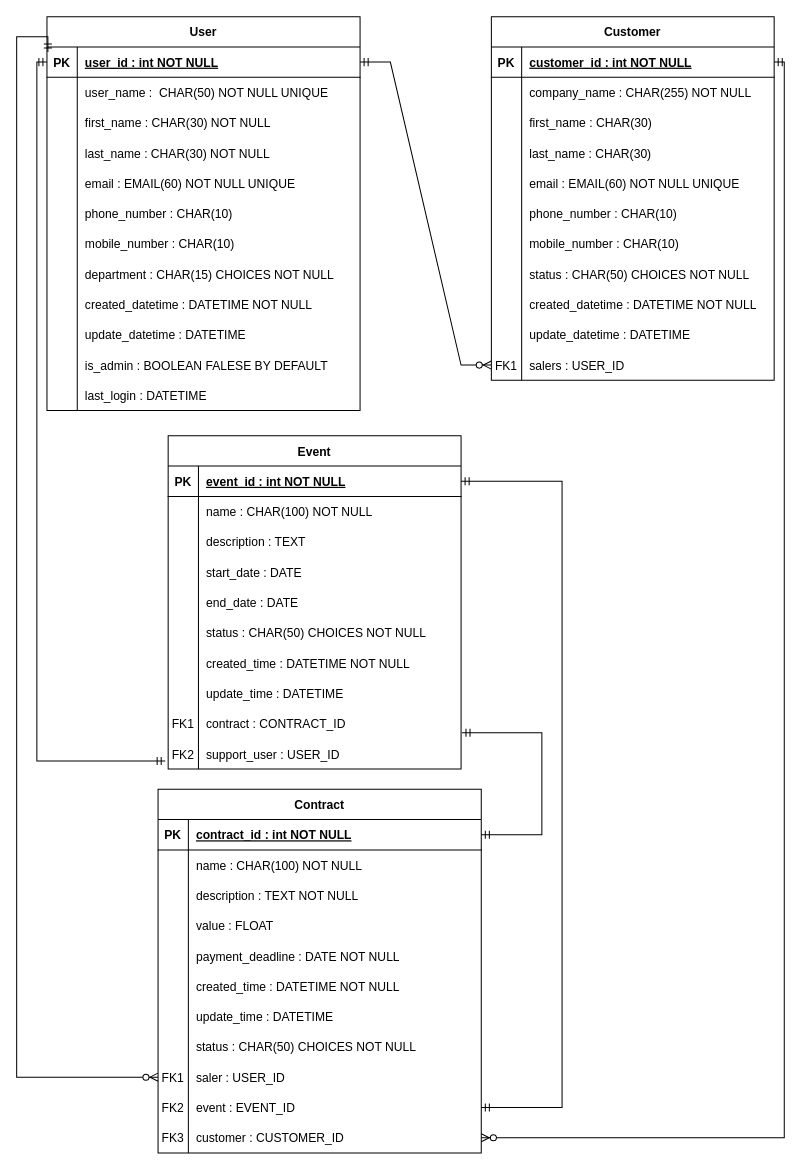
This is mld.drawio from seah78/P12, a draw.io file, before an edit. Source tidied: cells renumbered, new cells numbered last; positions are measured from the earlier drawing's top-left corner, leaving out a move shared by most shapes. Both pictures are drawn from the tidied source at 101%, with x=0, y=0 at pixel (16, 16).
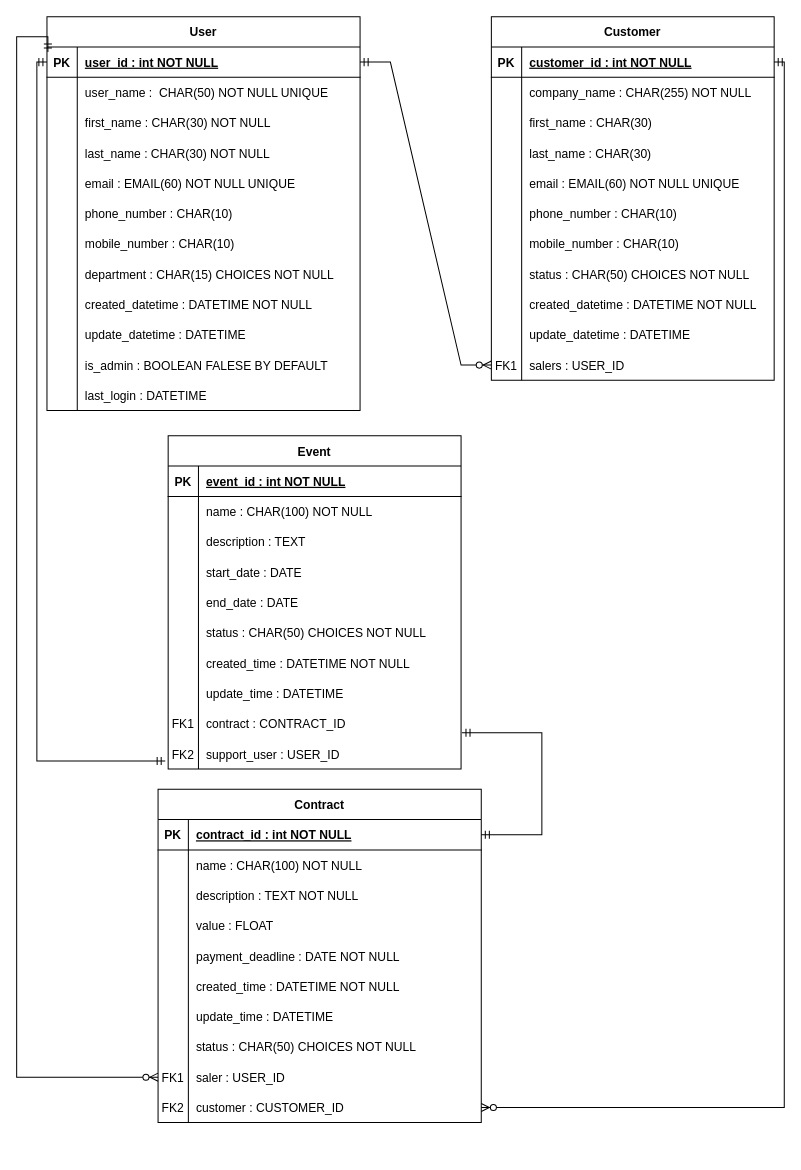
The same diagram, later.

The change refers to these unchanged cells:
```xml
<mxCell id="75" style="shape=tableRow;horizontal=0;startSize=0;swimlaneHead=0;swimlaneBody=0;fillColor=none;points=[[0,0.5],[1,0.5]];portConstraint=eastwest;top=0;left=0;right=0;bottom=1;fontFamily=Helvetica;fontSize=12;fontColor=default;" parent="74" vertex="1">
  <mxGeometry y="30" width="290" height="30" as="geometry" />
</mxCell>
```

Diff of the diagram source:
```diff
@@
     <mxCell id="105" value="Contract" style="shape=table;startSize=30;childLayout=tableLayout;rowLines=0;fontStyle=1;align=center;fontFamily=Helvetica;fontSize=12;fontColor=default;" parent="1" vertex="1">
-      <mxGeometry x="140" y="765" width="320" height="360" as="geometry" />
+      <mxGeometry x="140" y="765" width="320" height="330" as="geometry" />
     </mxCell>
@@
-    <mxCell id="133" style="shape=tableRow;horizontal=0;startSize=0;swimlaneHead=0;swimlaneBody=0;fillColor=none;points=[[0,0.5],[1,0.5]];portConstraint=eastwest;top=0;left=0;right=0;bottom=0;fontFamily=Helvetica;fontSize=12;fontColor=default;" parent="105" vertex="1">
-      <mxGeometry y="300" width="320" height="30" as="geometry" />
-    </mxCell>
-    <mxCell id="134" value="FK2" style="shape=partialRectangle;fillColor=none;top=0;left=0;bottom=0;right=0;overflow=hidden;fontFamily=Helvetica;fontSize=12;fontColor=default;" parent="133" vertex="1">
-      <mxGeometry width="30" height="30" as="geometry" />
-    </mxCell>
-    <mxCell id="135" value="event : EVENT_ID" style="shape=partialRectangle;fillColor=none;top=0;left=0;bottom=0;right=0;align=left;spacingLeft=6;overflow=hidden;fontFamily=Helvetica;fontSize=12;fontColor=default;" parent="133" vertex="1">
-      <mxGeometry x="30" width="290" height="30" as="geometry" />
-    </mxCell>
     <mxCell id="136" style="shape=tableRow;horizontal=0;startSize=0;swimlaneHead=0;swimlaneBody=0;fillColor=none;points=[[0,0.5],[1,0.5]];portConstraint=eastwest;top=0;left=0;right=0;bottom=0;fontFamily=Helvetica;fontSize=12;fontColor=default;" parent="105" vertex="1">
-      <mxGeometry y="330" width="320" height="30" as="geometry" />
+      <mxGeometry y="300" width="320" height="30" as="geometry" />
     </mxCell>
-    <mxCell id="137" value="FK3" style="shape=partialRectangle;fillColor=none;top=0;left=0;bottom=0;right=0;overflow=hidden;fontFamily=Helvetica;fontSize=12;fontColor=default;" parent="136" vertex="1">
+    <mxCell id="137" value="FK2" style="shape=partialRectangle;fillColor=none;top=0;left=0;bottom=0;right=0;overflow=hidden;fontFamily=Helvetica;fontSize=12;fontColor=default;" parent="136" vertex="1">
       <mxGeometry width="30" height="30" as="geometry" />
     </mxCell>
@@
-    <mxCell id="143" style="edgeStyle=orthogonalEdgeStyle;fontSize=12;html=1;endArrow=ERmandOne;startArrow=ERmandOne;rounded=0;labelBackgroundColor=default;fontFamily=Helvetica;fontColor=default;strokeColor=default;shape=connector;exitX=1;exitY=0.5;exitDx=0;exitDy=0;entryX=1;entryY=0.5;entryDx=0;entryDy=0;" parent="1" edge="1" source="133" target="75">
-      <mxGeometry relative="1" as="geometry">
-        <Array as="points">
-          <mxPoint x="540" y="1080" />
-          <mxPoint x="540" y="460" />
-        </Array>
-      </mxGeometry>
-    </mxCell>
```
